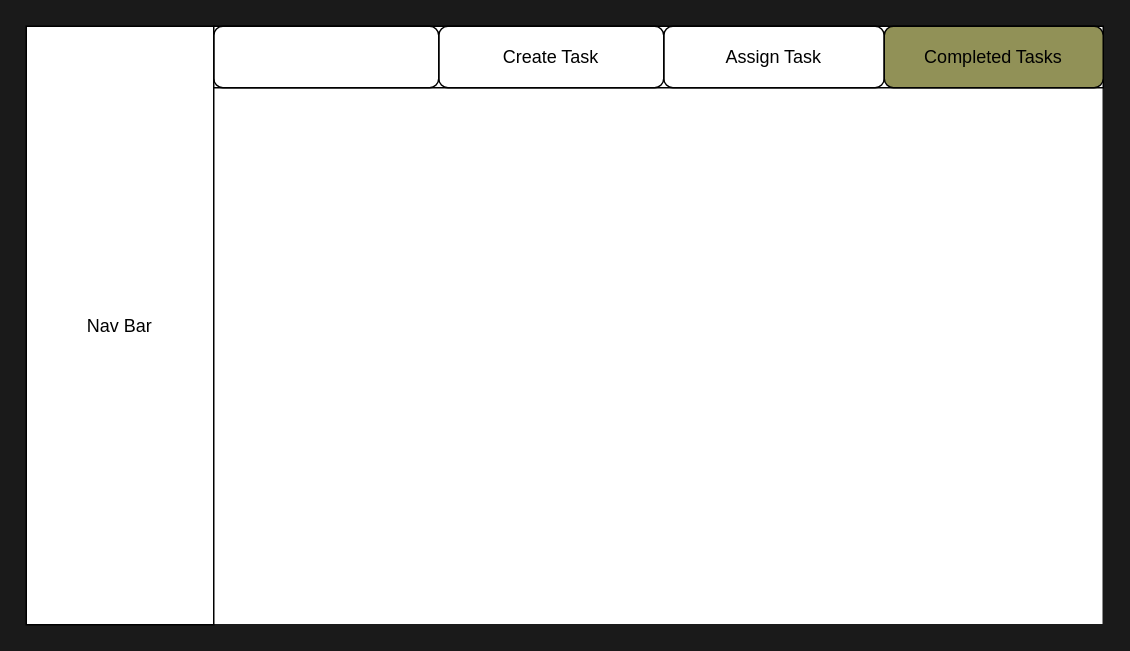
StoilTomanov/task-manager keeps this draw.io diagram as page "Completed Tasks" (8 of 10) of app.drawio. Above is the earlier version. Source tidied: cells renumbered, new cells numbered last; positions are measured from the earlier drawing's top-left corner, leaving out a move shared by most shapes. Both pictures are drawn from the tidied source at 150%, with x=0, y=0 at pixel (26, 26).
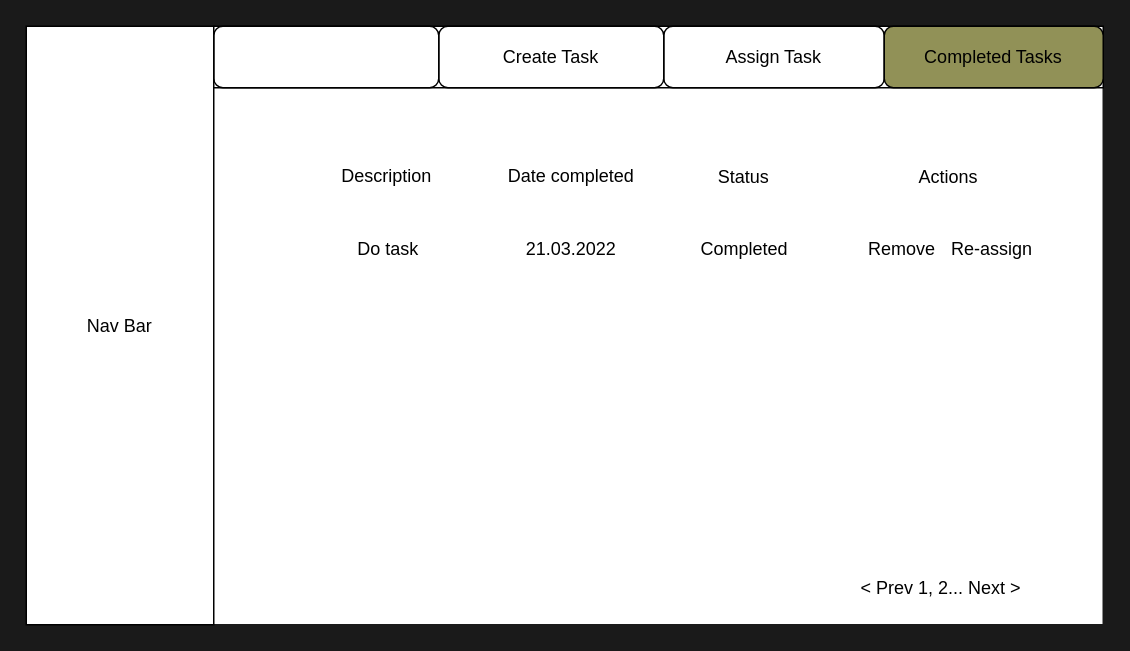
The same diagram, later.

The edit, as a diff of the source:
```diff
@@
+    <mxCell id="9" style="rounded=1;whiteSpace=wrap;html=1;strokeColor=#FFFFFF;fillColor=none;arcSize=4;" parent="1" vertex="1">
+      <mxGeometry x="158" y="78" width="523" height="276" as="geometry" />
+    </mxCell>
+    <mxCell id="10" value="Status" style="rounded=0;whiteSpace=wrap;html=1;strokeColor=#FFFFFF;fillColor=none;" parent="1" vertex="1">
+      <mxGeometry x="423" y="85" width="111" height="31" as="geometry" />
+    </mxCell>
+    <mxCell id="11" value="Actions" style="rounded=0;whiteSpace=wrap;html=1;strokeColor=#FFFFFF;fillColor=none;" parent="1" vertex="1">
+      <mxGeometry x="558" y="85" width="114" height="31" as="geometry" />
+    </mxCell>
+    <mxCell id="12" style="rounded=1;whiteSpace=wrap;html=1;strokeColor=#FFFFFF;fillColor=none;arcSize=25;" parent="1" vertex="1">
+      <mxGeometry x="158" y="78" width="523" height="45" as="geometry" />
+    </mxCell>
+    <mxCell id="13" value="Description" style="rounded=0;whiteSpace=wrap;html=1;strokeColor=#FFFFFF;fillColor=none;" parent="1" vertex="1">
+      <mxGeometry x="173" y="85" width="135" height="30" as="geometry" />
+    </mxCell>
+    <mxCell id="14" value="Date completed" style="rounded=0;whiteSpace=wrap;html=1;strokeColor=#FFFFFF;fillColor=none;" parent="1" vertex="1">
+      <mxGeometry x="318" y="84" width="91" height="31" as="geometry" />
+    </mxCell>
+    <mxCell id="15" value="Do task" style="rounded=1;whiteSpace=wrap;html=1;strokeColor=#FFFFFF;fillColor=none;" parent="1" vertex="1">
+      <mxGeometry x="191.5" y="138" width="98.5" height="21" as="geometry" />
+    </mxCell>
+    <mxCell id="16" value="21.03.2022" style="rounded=1;whiteSpace=wrap;html=1;strokeColor=#FFFFFF;fillColor=none;" parent="1" vertex="1">
+      <mxGeometry x="328" y="138" width="71" height="21" as="geometry" />
+    </mxCell>
+    <mxCell id="17" value="Completed" style="rounded=1;whiteSpace=wrap;html=1;strokeColor=#FFFFFF;fillColor=none;" parent="1" vertex="1">
+      <mxGeometry x="443.5" y="138" width="70" height="21" as="geometry" />
+    </mxCell>
+    <mxCell id="18" value="Remove" style="rounded=1;whiteSpace=wrap;html=1;strokeColor=#FFFFFF;fillColor=none;" parent="1" vertex="1">
+      <mxGeometry x="558" y="138" width="52" height="21" as="geometry" />
+    </mxCell>
+    <mxCell id="19" value="Re-assign" style="rounded=1;whiteSpace=wrap;html=1;strokeColor=#FFFFFF;fillColor=none;" parent="1" vertex="1">
+      <mxGeometry x="612" y="138" width="64" height="21" as="geometry" />
+    </mxCell>
+    <mxCell id="20" value="&amp;lt; Prev 1, 2... Next &amp;gt;" style="rounded=0;whiteSpace=wrap;html=1;strokeColor=#FFFFFF;fillColor=none;" parent="1" vertex="1">
+      <mxGeometry x="554" y="365" width="112" height="20" as="geometry" />
+    </mxCell>
```
